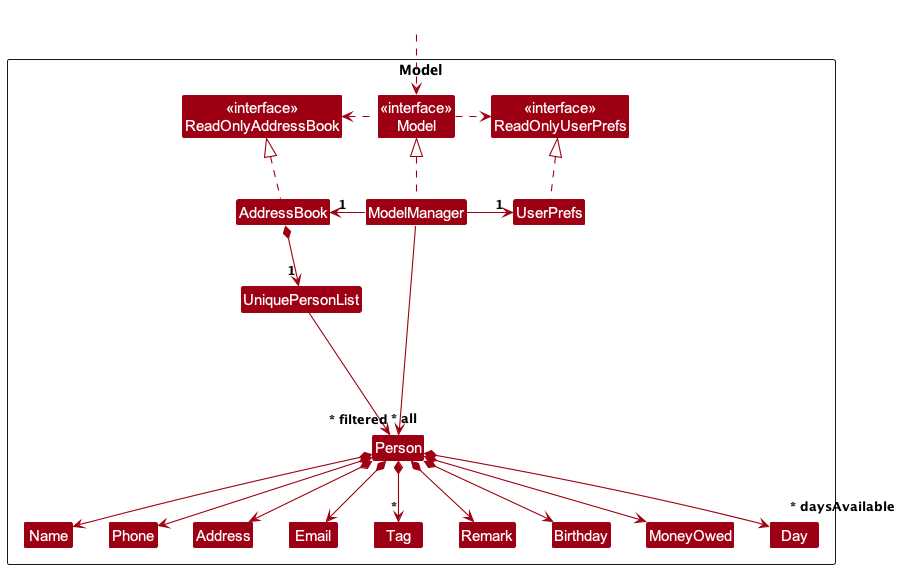
NewtonKoh/tp keeps this PlantUML diagram as docs/images/ModelClassDiagram.png. Above is the earlier version. Its diagram source:
```plantuml
@startuml
!include style.puml
skinparam arrowThickness 1.1
skinparam arrowColor MODEL_COLOR
skinparam classBackgroundColor MODEL_COLOR

Package Model as ModelPackage <<Rectangle>>{
Class "<<interface>>\nReadOnlyAddressBook" as ReadOnlyAddressBook
Class "<<interface>>\nReadOnlyUserPrefs" as ReadOnlyUserPrefs
Class "<<interface>>\nModel" as Model
Class AddressBook
Class ModelManager
Class UserPrefs

Class UniquePersonList
Class Person
Class Address
Class Email
Class Name
Class Phone
Class Tag
Class Remark
Class Birthday
Class MoneyOwed
Class Day

Class I #FFFFFF
}

Class HiddenOutside #FFFFFF
HiddenOutside ..> Model

AddressBook .up.|> ReadOnlyAddressBook

ModelManager .up.|> Model
Model .right.> ReadOnlyUserPrefs
Model .left.> ReadOnlyAddressBook
ModelManager -left-> "1" AddressBook
ModelManager -right-> "1" UserPrefs
UserPrefs .up.|> ReadOnlyUserPrefs

AddressBook *--> "1" UniquePersonList
UniquePersonList --> "~* all" Person
Person *--> Name
Person *--> Phone
Person *--> Email
Person *--> Address
Person *--> "*" Tag
Person *--> Remark
Person *--> Birthday
Person *--> MoneyOwed
Person *--> "~* daysAvailable" Day

Person -[hidden]up--> I
UniquePersonList -[hidden]right-> I

Name -[hidden]right-> Phone
Phone -[hidden]right-> Address
Address -[hidden]right-> Email

ModelManager --> "~* filtered" Person
@enduml
```
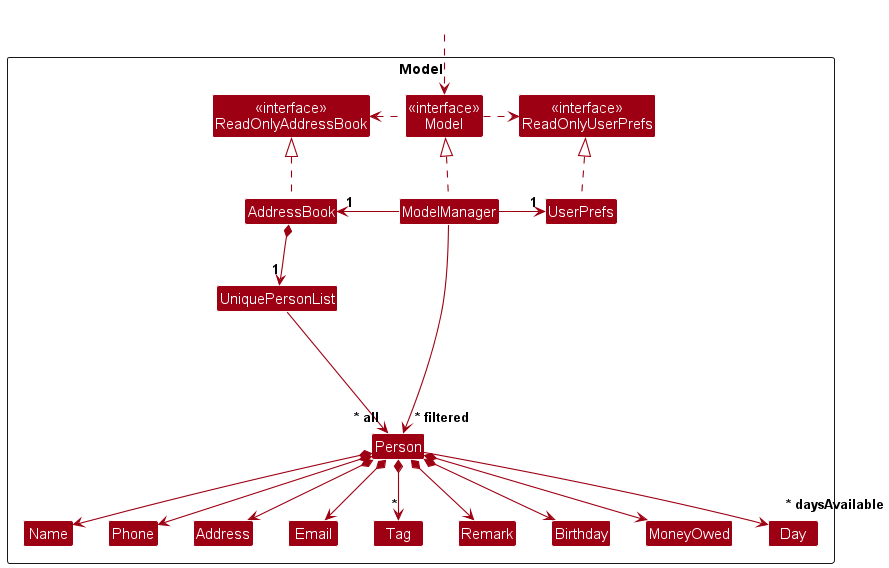
After the commit.

The edit, as a diff of the source:
```diff
@@ -49,7 +49,7 @@
 Person *--> Remark
 Person *--> Birthday
 Person *--> MoneyOwed
-Person *--> "~* daysAvailable" Day
+Person --> "~* daysAvailable" Day
 
 Person -[hidden]up--> I
 UniquePersonList -[hidden]right-> I
```
